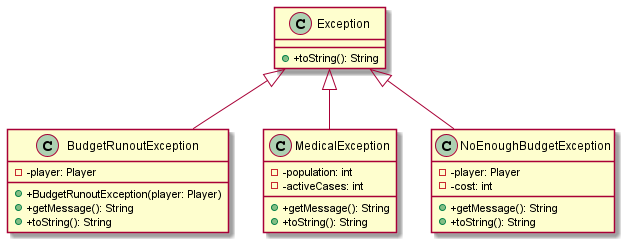
Before: exceptions.png, a diagram exported from PlantUML (ahmad-hl/comp3021-corona-spring2021).
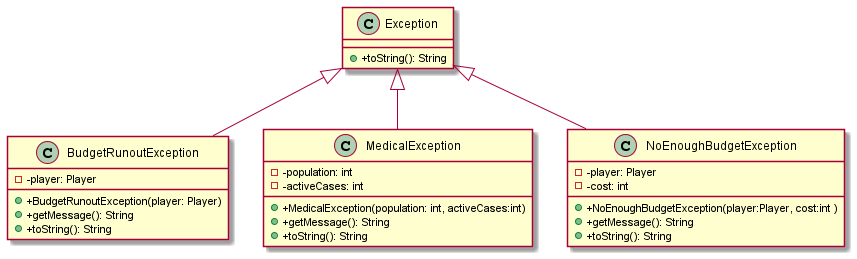
After the commit.

Commit message:
Update player's computing new infected cases, and add turn number.

What changed in the source:
```diff
@@ -9,15 +9,19 @@
 + +getMessage(): String
 + +toString(): String
 }
+
 class MedicalException{
 - -population: int
 - -activeCases: int
++ +MedicalException(population: int, activeCases:int)
 + +getMessage(): String
 + +toString(): String
 }
+
 class NoEnoughBudgetException{
 - -player: Player
 - -cost: int
++ +NoEnoughBudgetException(player:Player, cost:int )
 + +getMessage(): String
 + +toString(): String
 }
```
